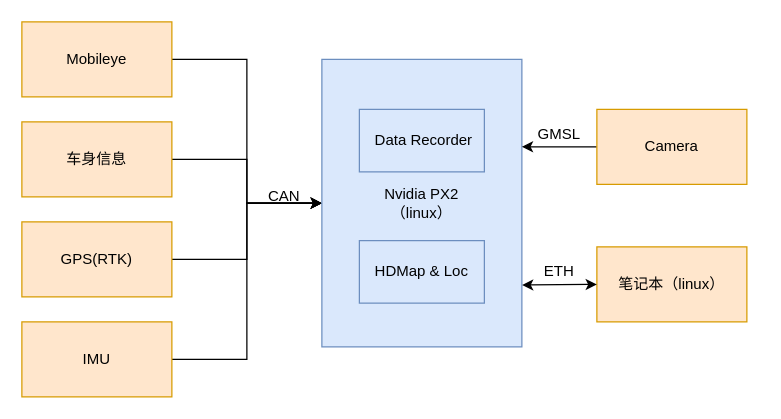
xhzhuhit/Trajectory_Compression_Algorithms keeps this draw.io diagram as 泛亚poc传感器数据接入.drawio. Above is the earlier version. Source tidied: cells renumbered, new cells numbered last; positions are measured from the earlier drawing's top-left corner, leaving out a move shared by most shapes. Both pictures are drawn from the tidied source at 125%, with x=0, y=0 at pixel (21, 21).
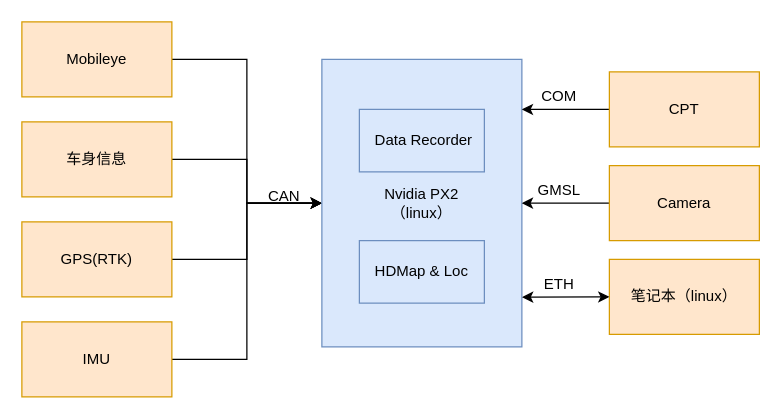
The same page after the edit.

Commit message:
Update 泛亚poc传感器数据接入.drawio

Unchanged cells that the change refers to:
```xml
<mxCell id="11" value="&lt;div&gt;Nvidia PX2&lt;/div&gt;&lt;div&gt;（linux）&lt;br&gt;&lt;/div&gt;" style="rounded=0;whiteSpace=wrap;html=1;fillColor=#dae8fc;strokeColor=#6c8ebf;" parent="1" vertex="1">
  <mxGeometry x="240" y="30" width="160" height="230" as="geometry" />
</mxCell>
```

The edit, as a diff of the source:
```diff
@@
-    <mxCell id="13" style="edgeStyle=orthogonalEdgeStyle;rounded=0;jettySize=auto;html=1;exitX=0;exitY=0.5;exitDx=0;exitDy=0;entryX=1;entryY=0.304;entryDx=0;entryDy=0;entryPerimeter=0;" parent="1" edge="1" source="14" target="11">
+    <mxCell id="13" style="edgeStyle=orthogonalEdgeStyle;rounded=0;jettySize=auto;html=1;exitX=0;exitY=0.5;exitDx=0;exitDy=0;" parent="1" edge="1" source="14" target="11">
       <mxGeometry relative="1" as="geometry" />
     </mxCell>
     <mxCell id="14" value="Camera" style="rounded=0;whiteSpace=wrap;html=1;fillColor=#ffe6cc;strokeColor=#d79b00;" parent="1" vertex="1">
-      <mxGeometry x="460" y="70" width="120" height="60" as="geometry" />
+      <mxGeometry x="470" y="115" width="120" height="60" as="geometry" />
     </mxCell>
     <mxCell id="15" value="GMSL" style="text;html=1;strokeColor=none;fillColor=none;align=center;verticalAlign=middle;whiteSpace=wrap;rounded=0;" parent="1" vertex="1">
-      <mxGeometry x="410" y="80" width="40" height="20" as="geometry" />
+      <mxGeometry x="410" y="125" width="40" height="20" as="geometry" />
     </mxCell>
     <mxCell id="16" value="笔记本（linux）" style="rounded=0;whiteSpace=wrap;html=1;fillColor=#ffe6cc;strokeColor=#d79b00;" parent="1" vertex="1">
-      <mxGeometry x="460" y="180" width="120" height="60" as="geometry" />
+      <mxGeometry x="470" y="190" width="120" height="60" as="geometry" />
     </mxCell>
-    <mxCell id="17" style="endArrow=classic;startArrow=classic;html=1;entryX=0;entryY=0.5;entryDx=0;entryDy=0;exitX=1.001;exitY=0.785;exitDx=0;exitDy=0;exitPerimeter=0;" parent="1" edge="1" source="11" target="16">
+    <mxCell id="17" style="endArrow=classic;startArrow=classic;html=1;entryX=0;entryY=0.5;entryDx=0;entryDy=0;exitX=1.001;exitY=0.827;exitDx=0;exitDy=0;exitPerimeter=0;" parent="1" edge="1" source="11" target="16">
       <mxGeometry relative="1" as="geometry" />
     </mxCell>
     <mxCell id="18" value="ETH" style="text;html=1;strokeColor=none;fillColor=none;align=center;verticalAlign=middle;whiteSpace=wrap;rounded=0;" parent="1" vertex="1">
-      <mxGeometry x="410" y="190" width="40" height="20" as="geometry" />
+      <mxGeometry x="410" y="200" width="40" height="20" as="geometry" />
     </mxCell>
@@
+    <mxCell id="21" style="edgeStyle=orthogonalEdgeStyle;rounded=0;jettySize=auto;html=1;exitX=0;exitY=0.5;exitDx=0;exitDy=0;entryX=1;entryY=0.174;entryDx=0;entryDy=0;entryPerimeter=0;" parent="1" edge="1" source="22" target="11">
+      <mxGeometry relative="1" as="geometry" />
+    </mxCell>
+    <mxCell id="22" value="CPT" style="rounded=0;whiteSpace=wrap;html=1;fillColor=#ffe6cc;strokeColor=#d79b00;" parent="1" vertex="1">
+      <mxGeometry x="470" y="40" width="120" height="60" as="geometry" />
+    </mxCell>
+    <mxCell id="23" value="COM" style="text;html=1;strokeColor=none;fillColor=none;align=center;verticalAlign=middle;whiteSpace=wrap;rounded=0;" parent="1" vertex="1">
+      <mxGeometry x="410" y="50" width="40" height="20" as="geometry" />
+    </mxCell>
```
